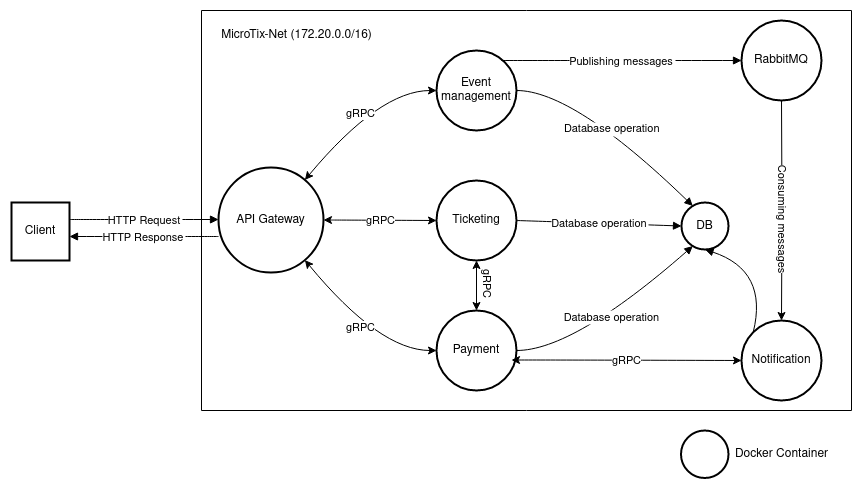
Earlier version of the draw.io export MicroTix.png (mohamedhafizelhaj/MicroTix). Source tidied: cells renumbered, new cells last; positions are measured from the earlier drawing's top-left corner, leaving out a move shared by most shapes.
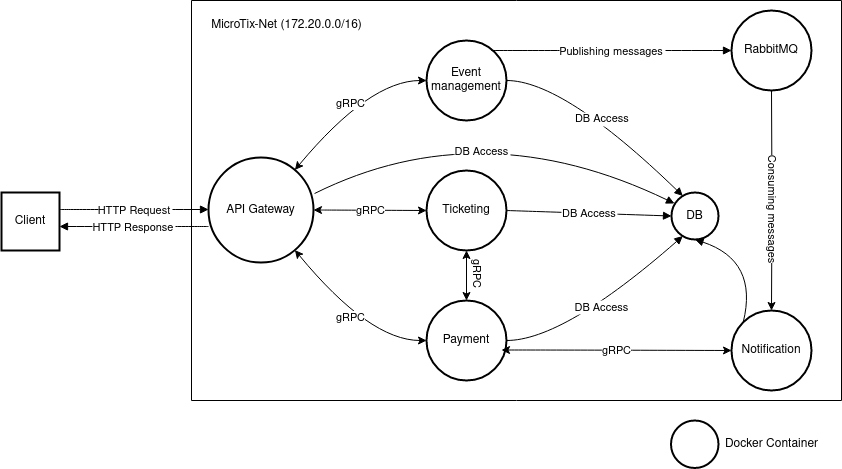
After the commit.

The edit, as a diff of the source:
```diff
@@ -45,17 +45,17 @@
         </Array>
       </mxGeometry>
     </mxCell>
-    <mxCell id="13" value="Database operation" style="curved=1;startArrow=none;endArrow=block;exitX=0.9943749904632568;exitY=0.4993750095367432;entryX=0.188460375874727;entryY=0.00673764817258145;" parent="1" edge="1" source="4" target="9">
+    <mxCell id="13" value="DB Access" style="curved=1;startArrow=none;endArrow=block;exitX=0.9943749904632568;exitY=0.4993750095367432;entryX=0.188460375874727;entryY=0.00673764817258145;" parent="1" edge="1" source="4" target="9">
       <mxGeometry relative="1" as="geometry">
         <Array as="points">
           <mxPoint x="562" y="80" />
         </Array>
       </mxGeometry>
     </mxCell>
-    <mxCell id="14" value="Database operation" style="curved=1;startArrow=none;endArrow=block;exitX=0.9943749904632568;exitY=0.4981250286102295;entryX=0.0010638135544797206;entryY=0.5074468572089013;" parent="1" edge="1" source="7" target="9">
+    <mxCell id="14" value="DB Access" style="curved=1;startArrow=none;endArrow=block;exitX=0.9943749904632568;exitY=0.4981250286102295;entryX=0.0010638135544797206;entryY=0.5074468572089013;" parent="1" edge="1" source="7" target="9">
       <mxGeometry relative="1" as="geometry" />
     </mxCell>
-    <mxCell id="15" value="Database operation" style="curved=1;startArrow=none;endArrow=block;exitX=0.9943749904632568;exitY=0.4968750476837158;entryX=0.188460375874727;entryY=1.0081560662452211;" parent="1" edge="1" source="8" target="9">
+    <mxCell id="15" value="DB Access" style="curved=1;startArrow=none;endArrow=block;exitX=0.9943749904632568;exitY=0.4968750476837158;entryX=0.188460375874727;entryY=1.0081560662452211;" parent="1" edge="1" source="8" target="9">
       <mxGeometry relative="1" as="geometry">
         <Array as="points">
           <mxPoint x="562" y="340" />
@@ -125,5 +125,13 @@
         <mxPoint x="207" y="209" as="targetPoint" />
       </mxGeometry>
     </mxCell>
+    <mxCell id="29" value="DB Access" style="curved=1;startArrow=none;endArrow=block;exitX=1.01;exitY=0.343;entryX=0.0010638135544797206;entryY=0.5074468572089013;exitDx=0;exitDy=0;exitPerimeter=0;" parent="1" edge="1" source="3">
+      <mxGeometry x="-0.16" y="-36" relative="1" as="geometry">
+        <mxPoint x="673" y="203" as="targetPoint" />
+        <Array as="points">
+          <mxPoint x="480" y="110" />
+        </Array>
+      </mxGeometry>
+    </mxCell>
   </root>
 </mxGraphModel>
```
